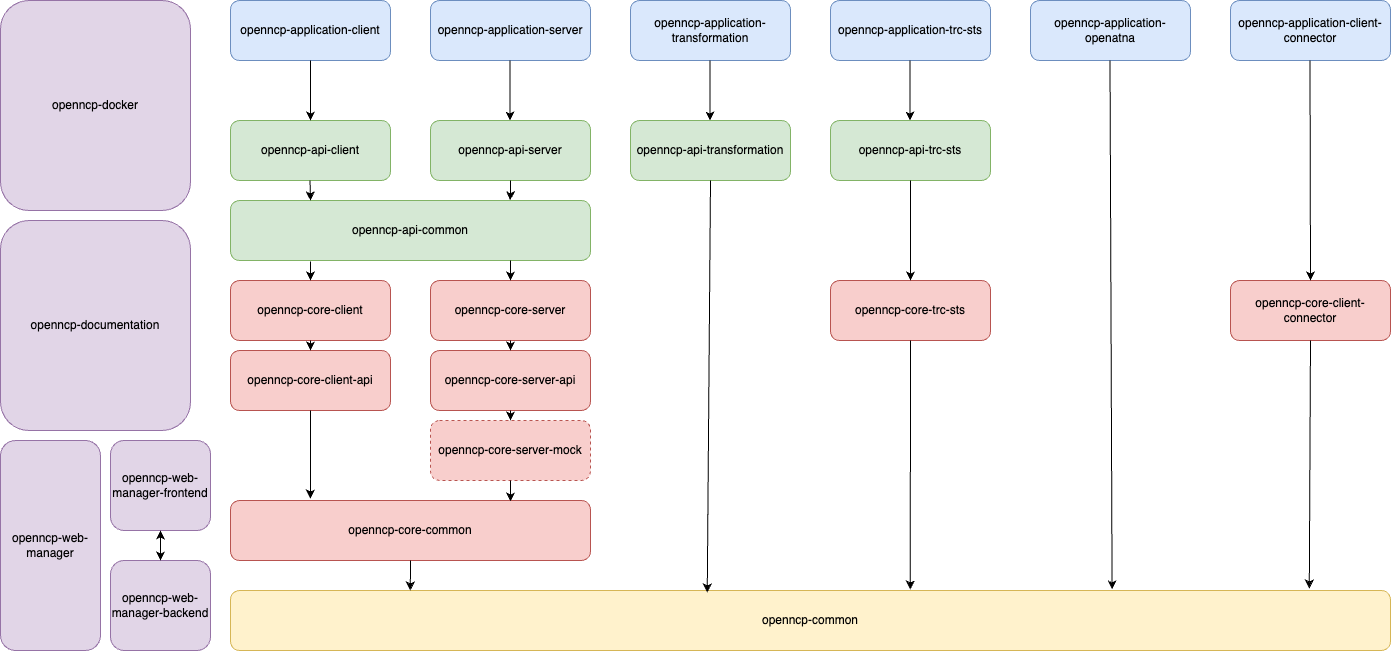
Above: openncp-documentation/src/main/resources/docs/media/openncp_overview.png in konateq/openncp (draw.io), before the change. Source tidied: cells renumbered, new cells last; positions are measured from the earlier drawing's top-left corner, leaving out a move shared by most shapes.
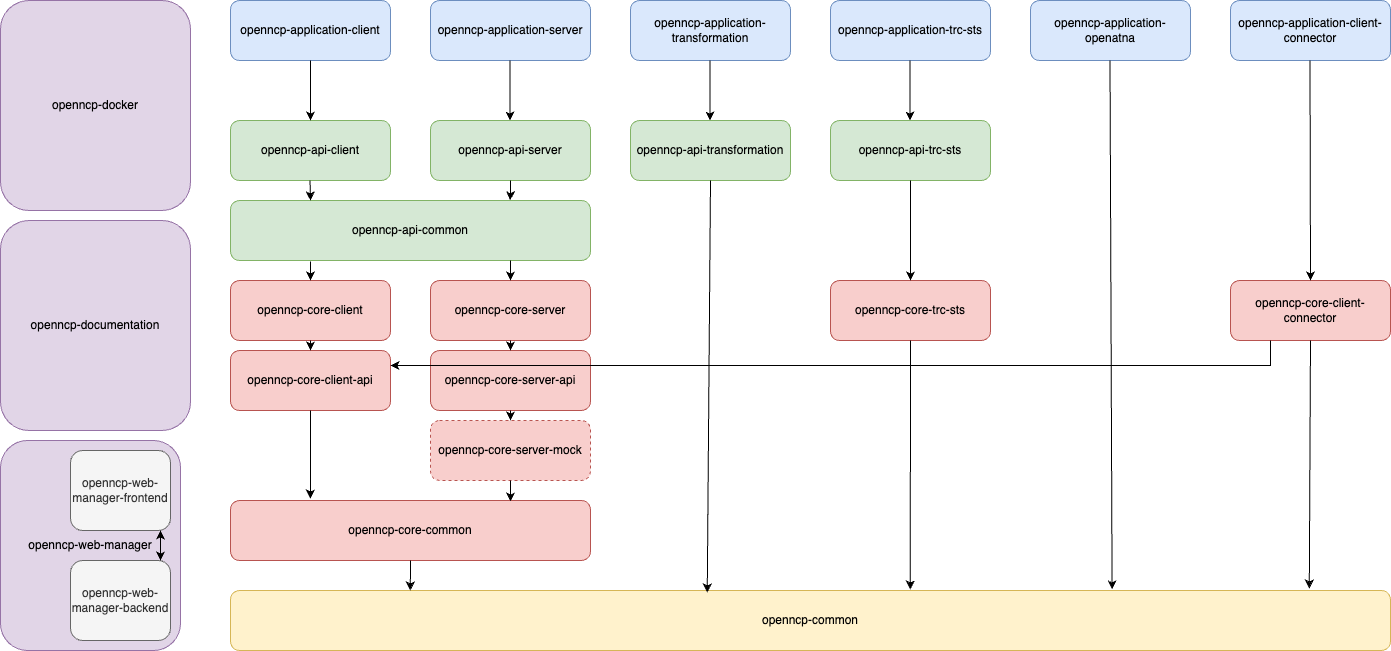
Later version of the same file.

Commit message:
[EHEALTH-11934] Corrected openncp_overview diagram after feedback from Kim

Diff of the diagram source:
```diff
@@ -69,13 +69,13 @@
       <mxGeometry y="220" width="190" height="210" as="geometry" />
     </mxCell>
     <mxCell id="24" value="openncp-web-manager" style="rounded=1;whiteSpace=wrap;html=1;fillColor=#e1d5e7;strokeColor=#9673a6;" parent="1" vertex="1">
-      <mxGeometry y="440" width="100" height="210" as="geometry" />
+      <mxGeometry y="440" width="180" height="210" as="geometry" />
     </mxCell>
-    <mxCell id="25" value="openncp-web-manager-frontend" style="rounded=1;whiteSpace=wrap;html=1;fillColor=#e1d5e7;strokeColor=#9673a6;" parent="1" vertex="1">
-      <mxGeometry x="110" y="440" width="100" height="90" as="geometry" />
+    <mxCell id="25" value="openncp-web-manager-frontend" style="rounded=1;whiteSpace=wrap;html=1;fillColor=#f5f5f5;strokeColor=#666666;fontColor=#333333;" parent="1" vertex="1">
+      <mxGeometry x="70" y="450" width="100" height="80" as="geometry" />
     </mxCell>
-    <mxCell id="26" value="openncp-web-manager-backend" style="rounded=1;whiteSpace=wrap;html=1;fillColor=#e1d5e7;strokeColor=#9673a6;" parent="1" vertex="1">
-      <mxGeometry x="110" y="560" width="100" height="90" as="geometry" />
+    <mxCell id="26" value="openncp-web-manager-backend" style="rounded=1;whiteSpace=wrap;html=1;fillColor=#f5f5f5;strokeColor=#666666;fontColor=#333333;" parent="1" vertex="1">
+      <mxGeometry x="70" y="560" width="100" height="80" as="geometry" />
     </mxCell>
     <mxCell id="27" style="endArrow=classic;html=1;rounded=0;entryX=0.5;entryY=0;entryDx=0;entryDy=0;" parent="1" edge="1" target="8">
       <mxGeometry relative="1" as="geometry">
@@ -175,10 +175,14 @@
         </Array>
       </mxGeometry>
     </mxCell>
-    <mxCell id="47" style="endArrow=classic;startArrow=classic;html=1;rounded=0;entryX=0.5;entryY=1;entryDx=0;entryDy=0;" parent="1" edge="1" target="25">
+    <mxCell id="47" style="endArrow=classic;startArrow=classic;html=1;rounded=0;" parent="1" edge="1">
       <mxGeometry relative="1" as="geometry">
         <mxPoint x="160" y="560" as="sourcePoint" />
+        <mxPoint x="160" y="530" as="targetPoint" />
       </mxGeometry>
     </mxCell>
+    <mxCell id="48" style="endArrow=classic;html=1;rounded=0;exitX=0.25;exitY=1;exitDx=0;exitDy=0;edgeStyle=orthogonalEdgeStyle;entryX=1;entryY=0.25;entryDx=0;entryDy=0;" parent="1" edge="1" source="13" target="15">
+      <mxGeometry relative="1" as="geometry" />
+    </mxCell>
   </root>
 </mxGraphModel>
```
